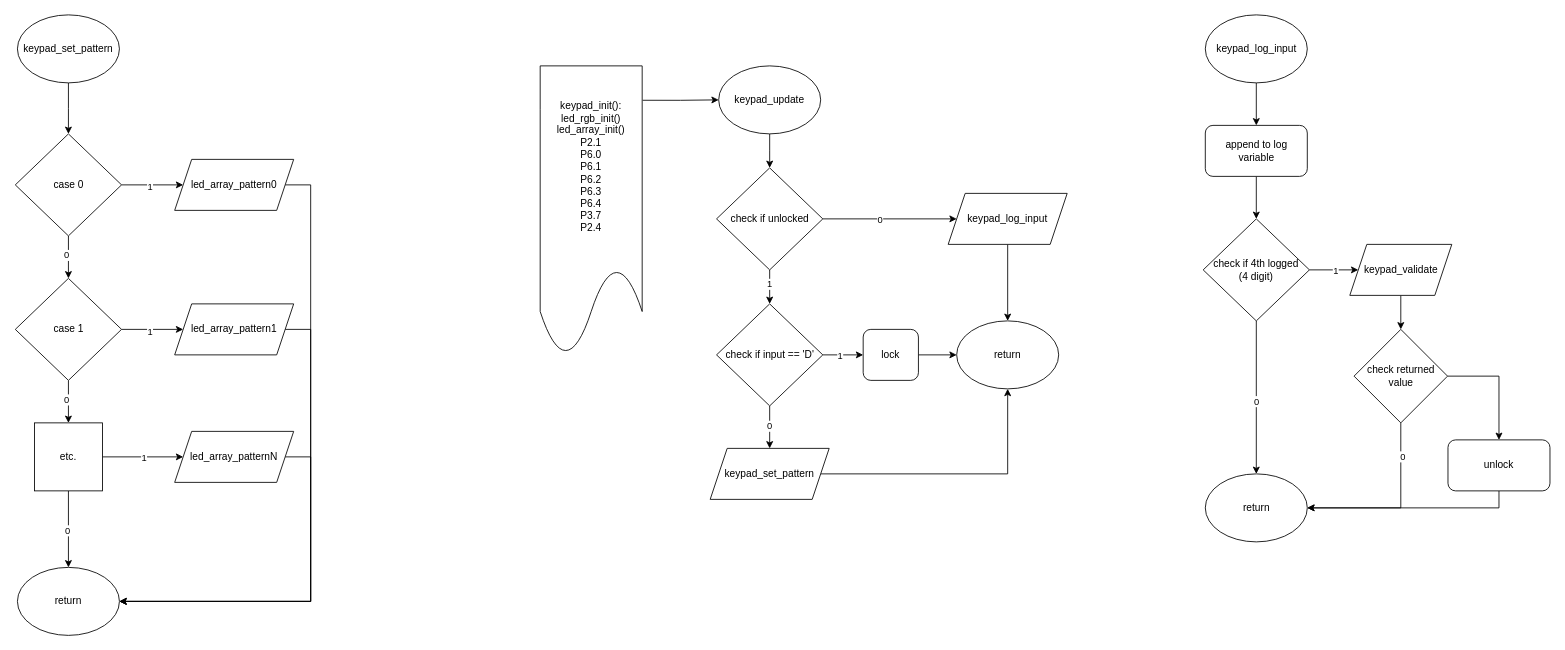
Above: page "Keypad" (2 of 5) of docs/Flowcharts/PROJECT4-Flowchart.drawio in msu-eele-465/project4-jack-matt (draw.io), before the change. Source tidied: cells renumbered, new cells numbered last; positions are measured from the earlier drawing's top-left corner, leaving out a move shared by most shapes. Both pictures are drawn from the tidied source at 85%, with x=0, y=0 at pixel (14, 14).
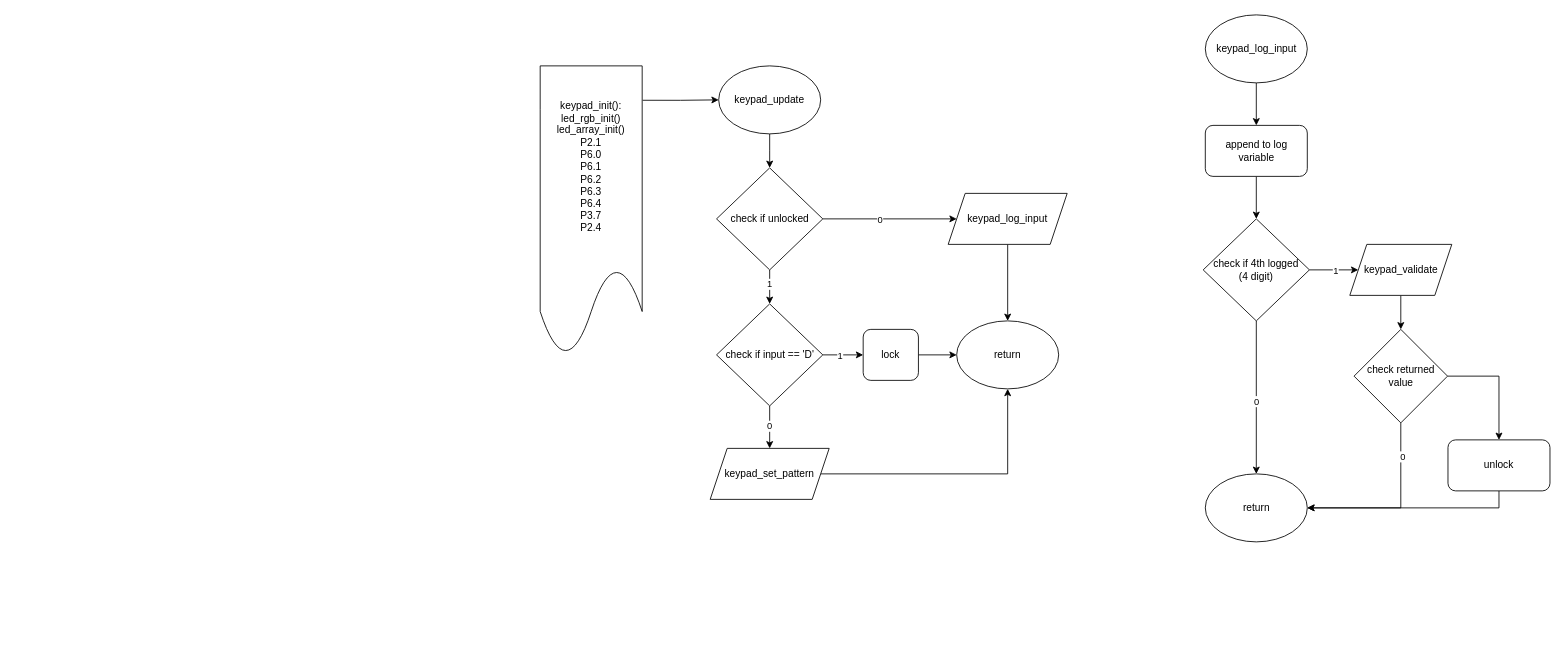
Above is the later version.

Diff of the diagram source:
```diff
@@
-    <mxCell id="34" style="edgeStyle=orthogonalEdgeStyle;rounded=0;jettySize=auto;html=1;entryX=0.5;entryY=0;entryDx=0;entryDy=0;" parent="1" edge="1" source="35">
-      <mxGeometry relative="1" as="geometry">
-        <mxPoint x="63" y="140" as="targetPoint" />
-      </mxGeometry>
-    </mxCell>
-    <mxCell id="35" value="keypad_set_pattern" style="ellipse;whiteSpace=wrap;html=1;" parent="1" vertex="1">
-      <mxGeometry x="3" width="120" height="80" as="geometry" />
-    </mxCell>
@@
-    <mxCell id="43" style="edgeStyle=orthogonalEdgeStyle;rounded=0;jettySize=auto;html=1;" parent="1" edge="1" source="47" target="49">
-      <mxGeometry relative="1" as="geometry" />
-    </mxCell>
-    <mxCell id="44" value="1" style="edgeLabel;html=1;align=center;verticalAlign=middle;" parent="43" vertex="1">
-      <mxGeometry x="-0.1" y="-2" relative="1" as="geometry" />
-    </mxCell>
-    <mxCell id="45" style="edgeStyle=orthogonalEdgeStyle;rounded=0;jettySize=auto;html=1;" parent="1" edge="1" source="47">
-      <mxGeometry relative="1" as="geometry">
-        <mxPoint x="63" y="310" as="targetPoint" />
-      </mxGeometry>
-    </mxCell>
-    <mxCell id="46" value="0" style="edgeLabel;html=1;align=center;verticalAlign=middle;" parent="45" vertex="1">
-      <mxGeometry x="-0.13" y="-3" relative="1" as="geometry" />
-    </mxCell>
-    <mxCell id="47" value="case 0" style="rhombus;whiteSpace=wrap;html=1;" parent="1" vertex="1">
-      <mxGeometry x="0.5" y="140" width="125" height="120" as="geometry" />
-    </mxCell>
-    <mxCell id="48" style="edgeStyle=orthogonalEdgeStyle;rounded=0;jettySize=auto;html=1;entryX=1;entryY=0.5;entryDx=0;entryDy=0;" parent="1" edge="1" source="49" target="62">
-      <mxGeometry relative="1" as="geometry">
-        <Array as="points">
-          <mxPoint x="348" y="200" />
-          <mxPoint x="348" y="690" />
-        </Array>
-      </mxGeometry>
-    </mxCell>
-    <mxCell id="49" value="led_array_pattern0" style="shape=parallelogram;perimeter=parallelogramPerimeter;whiteSpace=wrap;html=1;fixedSize=1;" parent="1" vertex="1">
-      <mxGeometry x="188" y="170" width="140" height="60" as="geometry" />
-    </mxCell>
-    <mxCell id="50" style="edgeStyle=orthogonalEdgeStyle;rounded=0;jettySize=auto;html=1;" parent="1" edge="1" source="54" target="56">
-      <mxGeometry relative="1" as="geometry" />
-    </mxCell>
-    <mxCell id="51" value="1" style="edgeLabel;html=1;align=center;verticalAlign=middle;" parent="50" vertex="1">
-      <mxGeometry x="-0.1" y="-2" relative="1" as="geometry" />
-    </mxCell>
-    <mxCell id="52" style="edgeStyle=orthogonalEdgeStyle;rounded=0;jettySize=auto;html=1;" parent="1" edge="1" source="54">
-      <mxGeometry relative="1" as="geometry">
-        <mxPoint x="63" y="480" as="targetPoint" />
-      </mxGeometry>
-    </mxCell>
-    <mxCell id="53" value="0" style="edgeLabel;html=1;align=center;verticalAlign=middle;" parent="52" vertex="1">
-      <mxGeometry x="-0.13" y="-3" relative="1" as="geometry" />
-    </mxCell>
-    <mxCell id="54" value="case 1" style="rhombus;whiteSpace=wrap;html=1;" parent="1" vertex="1">
-      <mxGeometry x="0.5" y="310" width="125" height="120" as="geometry" />
-    </mxCell>
-    <mxCell id="55" style="edgeStyle=orthogonalEdgeStyle;rounded=0;jettySize=auto;html=1;exitX=1;exitY=0.5;exitDx=0;exitDy=0;entryX=1;entryY=0.5;entryDx=0;entryDy=0;" parent="1" edge="1" source="56" target="62">
-      <mxGeometry relative="1" as="geometry">
-        <Array as="points">
-          <mxPoint x="348" y="370" />
-          <mxPoint x="348" y="690" />
-        </Array>
-      </mxGeometry>
-    </mxCell>
-    <mxCell id="56" value="led_array_pattern1" style="shape=parallelogram;perimeter=parallelogramPerimeter;whiteSpace=wrap;html=1;fixedSize=1;" parent="1" vertex="1">
-      <mxGeometry x="188" y="340" width="140" height="60" as="geometry" />
-    </mxCell>
-    <mxCell id="57" style="edgeStyle=orthogonalEdgeStyle;rounded=0;jettySize=auto;html=1;entryX=0.5;entryY=0;entryDx=0;entryDy=0;" parent="1" edge="1" source="61" target="62">
-      <mxGeometry relative="1" as="geometry" />
-    </mxCell>
-    <mxCell id="58" value="0" style="edgeLabel;html=1;align=center;verticalAlign=middle;" parent="57" vertex="1">
-      <mxGeometry x="0.02" y="-2" relative="1" as="geometry" />
-    </mxCell>
-    <mxCell id="59" style="edgeStyle=orthogonalEdgeStyle;rounded=0;jettySize=auto;html=1;" parent="1" edge="1" source="61" target="64">
-      <mxGeometry relative="1" as="geometry" />
-    </mxCell>
-    <mxCell id="60" value="1" style="edgeLabel;html=1;align=center;verticalAlign=middle;" parent="59" vertex="1">
-      <mxGeometry x="0.01" relative="1" as="geometry" />
-    </mxCell>
-    <mxCell id="61" value="etc." style="whiteSpace=wrap;html=1;" parent="1" vertex="1">
-      <mxGeometry x="23" y="480" width="80" height="80" as="geometry" />
-    </mxCell>
-    <mxCell id="62" value="return" style="ellipse;whiteSpace=wrap;html=1;" parent="1" vertex="1">
-      <mxGeometry x="3" y="650" width="120" height="80" as="geometry" />
-    </mxCell>
-    <mxCell id="63" style="edgeStyle=orthogonalEdgeStyle;rounded=0;jettySize=auto;html=1;entryX=1;entryY=0.5;entryDx=0;entryDy=0;" parent="1" edge="1" source="64" target="62">
-      <mxGeometry relative="1" as="geometry">
-        <Array as="points">
-          <mxPoint x="348" y="520" />
-          <mxPoint x="348" y="690" />
-        </Array>
-      </mxGeometry>
-    </mxCell>
-    <mxCell id="64" value="led_array_patternN" style="shape=parallelogram;perimeter=parallelogramPerimeter;whiteSpace=wrap;html=1;fixedSize=1;" parent="1" vertex="1">
-      <mxGeometry x="188" y="490" width="140" height="60" as="geometry" />
-    </mxCell>
```
